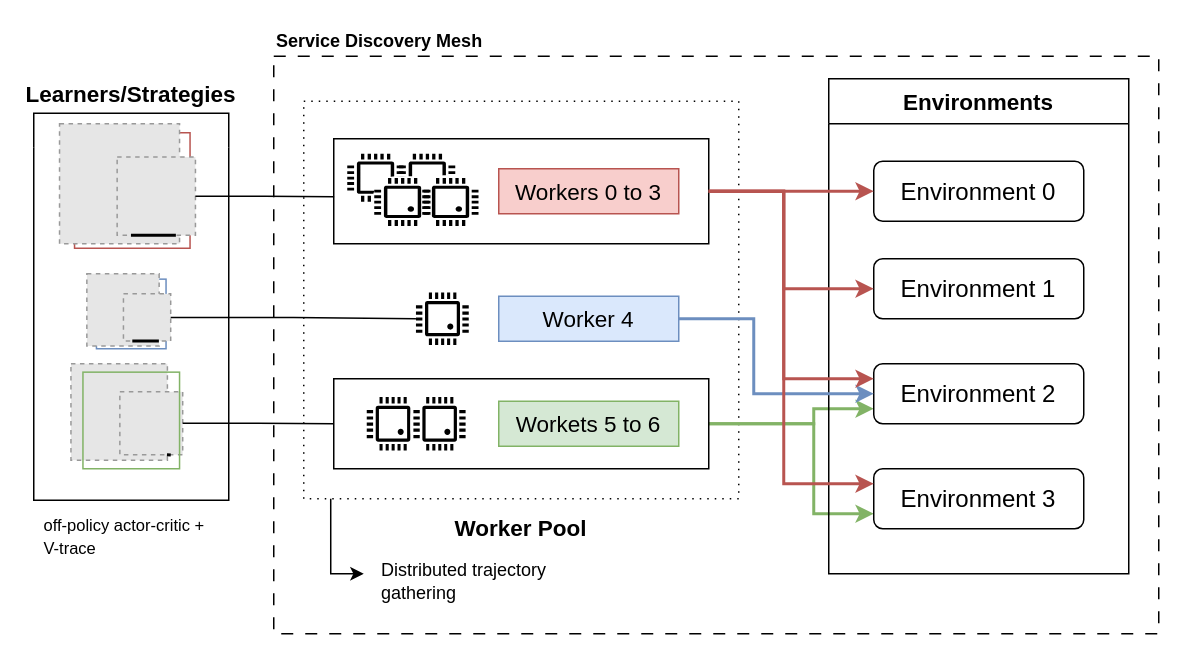
The draw.io diagram paper/main/diagrams/pearl.drawio in rzimmerdev/pearl, before the edit. Source tidied: cells renumbered, new cells numbered last; positions are measured from the earlier drawing's top-left corner, leaving out a move shared by most shapes. Both pictures are drawn from the tidied source at 150%, with x=0, y=0 at pixel (33, 26). Pictures stored in the file or linked from it are replaced by grey dashed boxes.
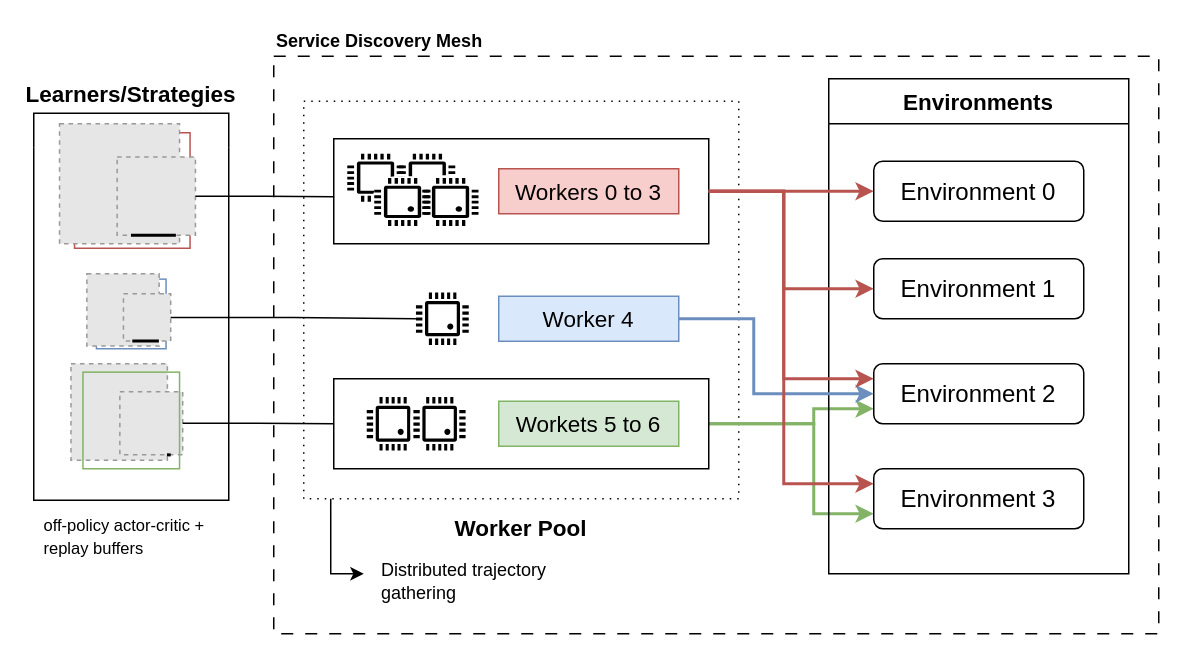
The same diagram, later.

The edit, as a diff of the source:
```diff
@@
-    <mxCell id="71" value="&lt;font style=&quot;font-size: 11px;&quot;&gt;off-policy actor-critic + V-trace&lt;/font&gt;" style="text;html=1;align=left;verticalAlign=middle;whiteSpace=wrap;rounded=0;" parent="1" vertex="1">
+    <mxCell id="71" value="&lt;font style=&quot;font-size: 11px;&quot;&gt;off-policy actor-critic + replay buffers&lt;/font&gt;" style="text;html=1;align=left;verticalAlign=middle;whiteSpace=wrap;rounded=0;" parent="1" vertex="1">
       <mxGeometry x="5" y="325" width="120" height="30" as="geometry" />
     </mxCell>
```
